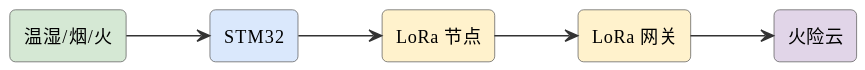
Before: assets/diagrams/ideas-fig100.svg, a diagram exported from PlantUML (mingyi0818/IntelligentMcuCourse).
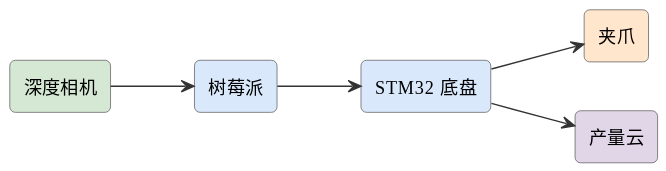
The same file after the commit.

Change to the diagram source:
```diff
@@ -6,13 +6,13 @@
 skinparam arrowFontSize 11
 skinparam arrowColor #333
 left to right direction
-rectangle "温湿/烟/火" as s #d5e8d4
-rectangle "STM32" as stm #dae8fc
-rectangle "LoRa 节点" as lora #fff2cc
-rectangle "LoRa 网关" as gw #fff2cc
-rectangle "火险云" as cloud #e1d5e8
-s --> stm
-stm --> lora
-lora --> gw
-gw --> cloud
+rectangle "深度相机" as cam #d5e8d4
+rectangle "树莓派" as pi #dae8fc
+rectangle "STM32 底盘" as stm #dae8fc
+rectangle "夹爪" as arm #ffe6cc
+rectangle "产量云" as cloud #e1d5e8
+cam --> pi
+pi --> stm
+stm --> arm
+stm --> cloud
 @enduml
```
